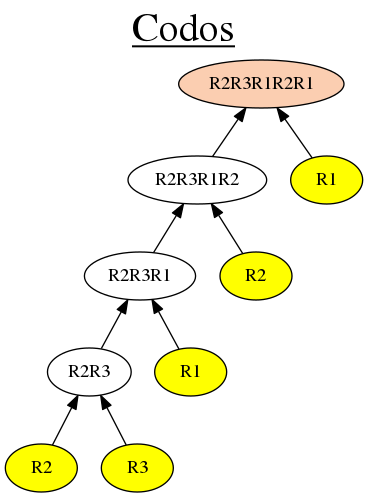
Before: GuiTool/image/Codos/CodosDot.png, a diagram exported from Graphviz (iitramar/guiTool). Its source is kept beside it as GuiTool/image/Codos/CodosDot.dot.
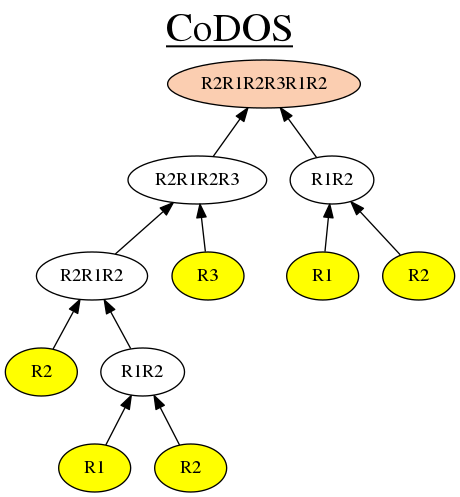
Above is the later version.

Change to the diagram source:
```diff
@@ -1,26 +1,31 @@
 digraph G {
 rankdir = BT;
-graph [label= <<u>Codos</u>> , labelloc=t, fontsize=30];
-1[style=filled, fillcolor= "#FBCEB1", label=R2R3R1R2R1];
-2[label=R2R3R1R2];
+graph [label= <<u>CoDOS</u>> , labelloc=t, fontsize=30];
+1[style=filled, fillcolor= "#FBCEB1", label=R2R1R2R3R1R2];
+2[label=R2R1R2R3];
 2->1
-3[label=R1];
+3[label=R1R2];
 3->1
-4[label=R2R3R1];
+4[label=R2R1R2];
 4->2
-5[label=R2];
+5[label=R3];
 5->2
-8[label=R2R3];
+8[label=R2];
 8->4
-9[label=R1];
+9[label=R1R2];
 9->4
-16[label=R2];
-16->8
-17[label=R3];
-17->8
-16[style=filled, fillcolor=yellow];
-17[style=filled, fillcolor=yellow];
-9[style=filled, fillcolor=yellow];
+8[style=filled, fillcolor=yellow];
+18[label=R1];
+18->9
+19[label=R2];
+19->9
+18[style=filled, fillcolor=yellow];
+19[style=filled, fillcolor=yellow];
 5[style=filled, fillcolor=yellow];
-3[style=filled, fillcolor=yellow];
+6[label=R1];
+6->3
+7[label=R2];
+7->3
+6[style=filled, fillcolor=yellow];
+7[style=filled, fillcolor=yellow];
 }
```
